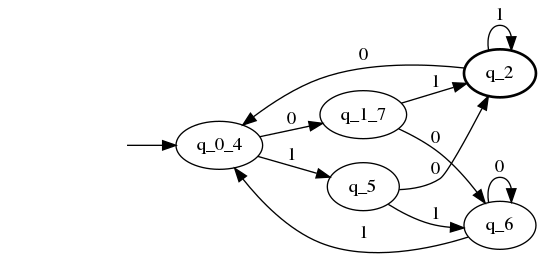
The Graphviz diagram P2/afd.png in DCabornero/Automatas-y-Lenguajes, before a commit. Its source is kept beside it as P2/afd.dot.
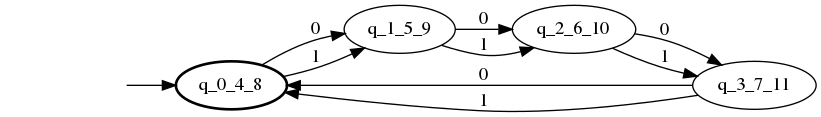
After the change.

The edit, as a diff of the source:
```diff
@@ -1,19 +1,16 @@
 digraph afd  { rankdir=LR;
 	_invisible [style="invis"];
-	q_2 [penwidth="2"];
-	q_5;
-	q_1_7;
-	q_0_4;
-	q_6;
-	_invisible -> q_0_4 ;
-	q_2 -> q_0_4 [label="0"];
-	q_2 -> q_2 [label="1"];
-	q_5 -> q_2 [label="0"];
-	q_5 -> q_6 [label="1"];
-	q_1_7 -> q_6 [label="0"];
-	q_1_7 -> q_2 [label="1"];
-	q_0_4 -> q_1_7 [label="0"];
-	q_0_4 -> q_5 [label="1"];
-	q_6 -> q_6 [label="0"];
-	q_6 -> q_0_4 [label="1"];
+	q_0_4_8 [penwidth="2"];
+	q_3_7_11;
+	q_2_6_10;
+	q_1_5_9;
+	_invisible -> q_0_4_8 ;
+	q_0_4_8 -> q_1_5_9 [label="0"];
+	q_0_4_8 -> q_1_5_9 [label="1"];
+	q_3_7_11 -> q_0_4_8 [label="0"];
+	q_3_7_11 -> q_0_4_8 [label="1"];
+	q_2_6_10 -> q_3_7_11 [label="0"];
+	q_2_6_10 -> q_3_7_11 [label="1"];
+	q_1_5_9 -> q_2_6_10 [label="0"];
+	q_1_5_9 -> q_2_6_10 [label="1"];
 }
```
